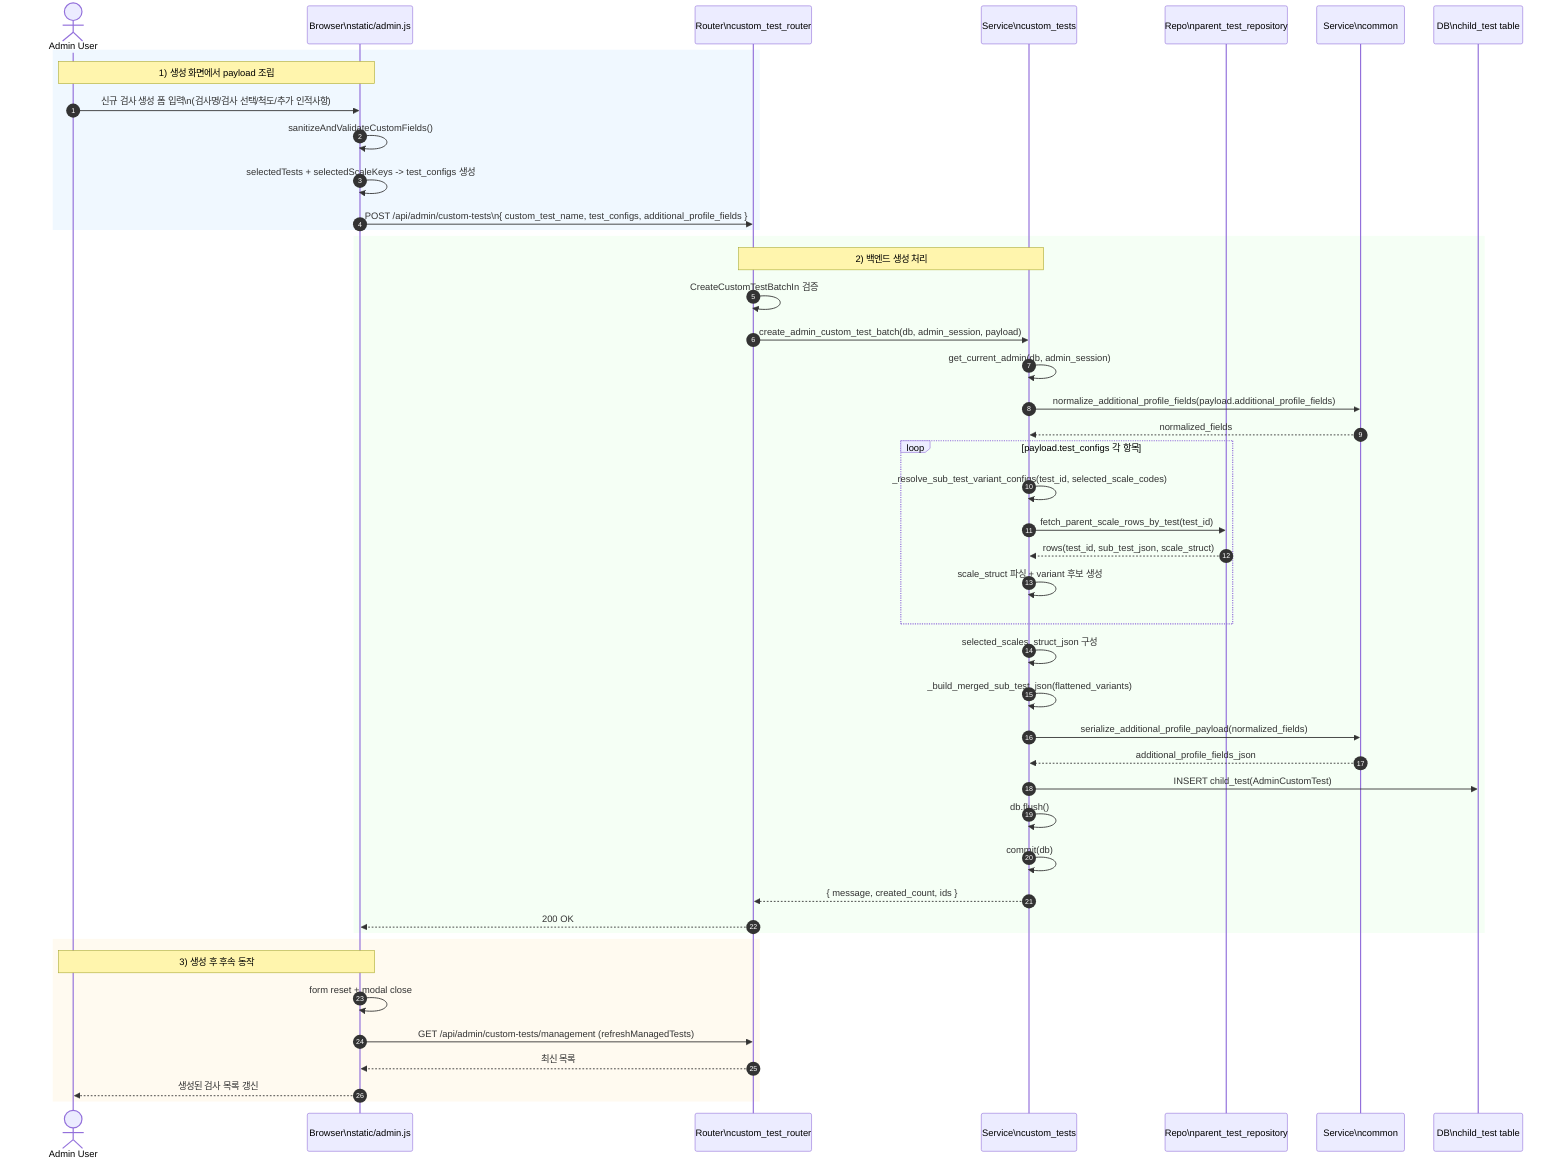
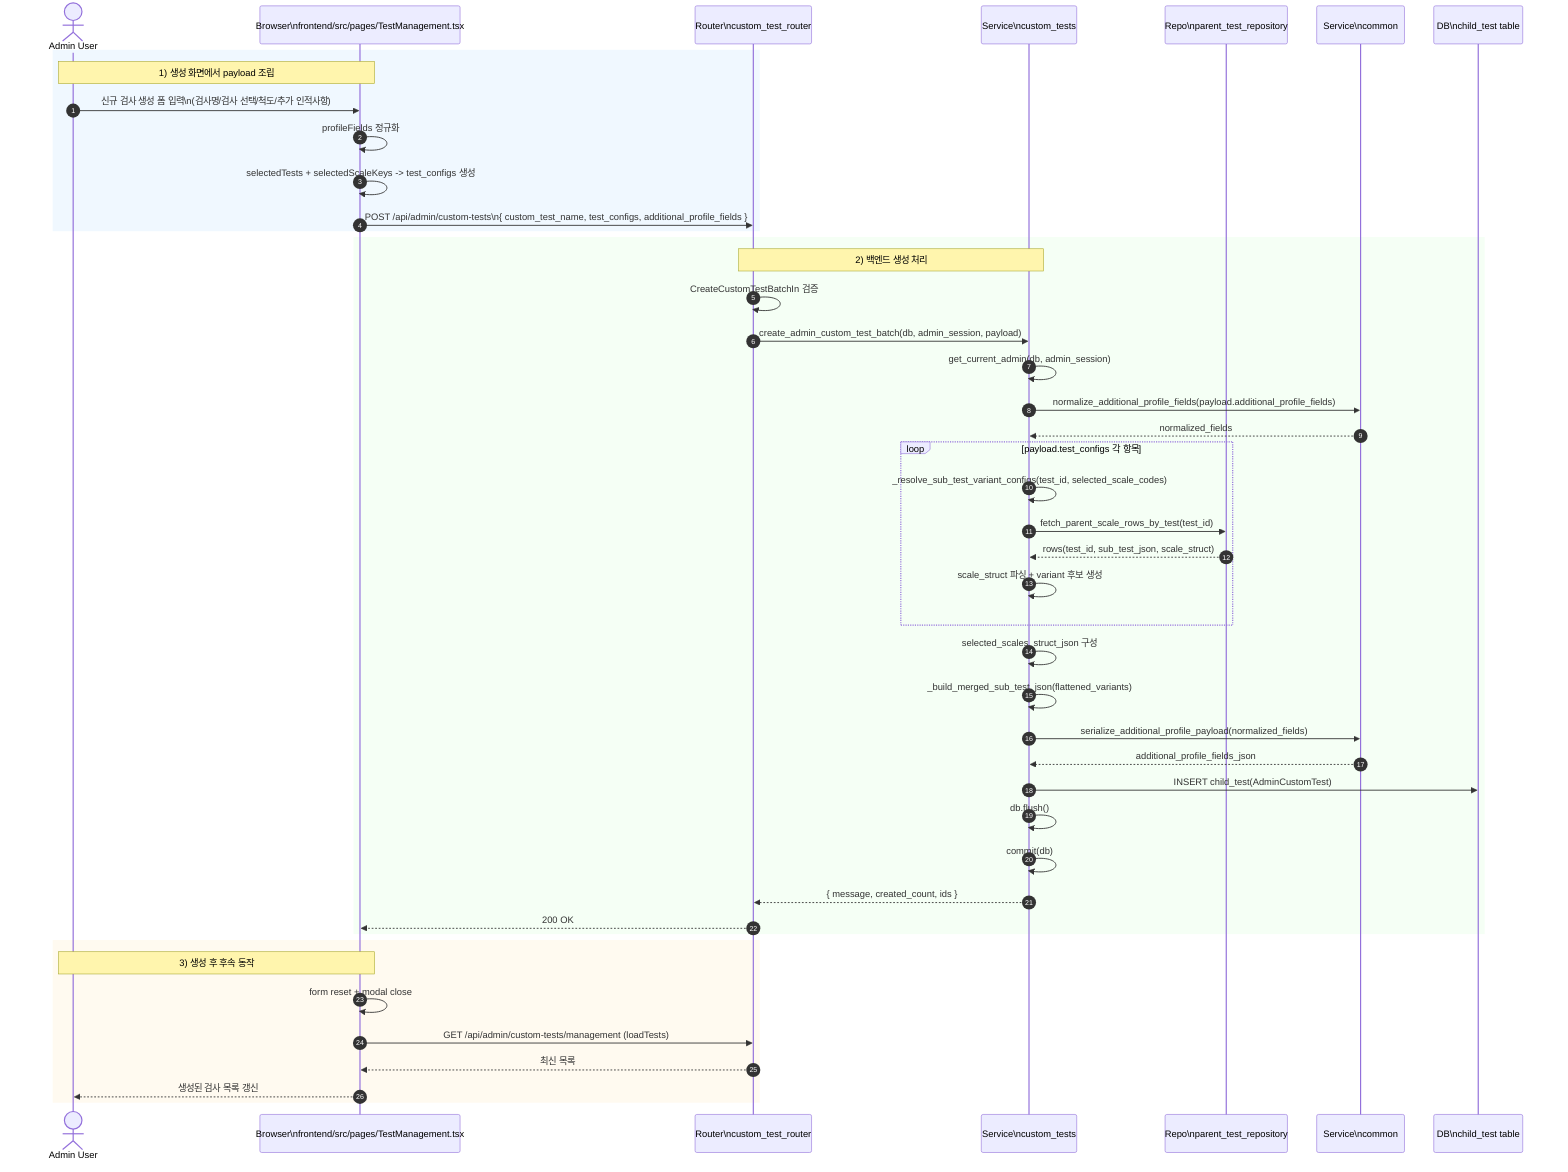
sequenceDiagram
    autonumber
    actor Admin as Admin User
-     participant UI as Browser\nstatic/admin.js
+     participant UI as Browser\nfrontend/src/pages/TestManagement.tsx
    participant Router as Router\ncustom_test_router
    participant Service as Service\ncustom_tests
    participant ParentRepo as Repo\nparent_test_repository
    participant Common as Service\ncommon
    participant DB as DB\nchild_test table

    rect rgb(240,248,255)
    Note over Admin,UI: 1) 생성 화면에서 payload 조립
    Admin->>UI: 신규 검사 생성 폼 입력\n(검사명/검사 선택/척도/추가 인적사항)
-     UI->>UI: sanitizeAndValidateCustomFields()
+     UI->>UI: profileFields 정규화
    UI->>UI: selectedTests + selectedScaleKeys -> test_configs 생성
    UI->>Router: POST /api/admin/custom-tests\n{ custom_test_name, test_configs, additional_profile_fields }
    end

    rect rgb(245,255,245)
    Note over Router,Service: 2) 백엔드 생성 처리
    Router->>Router: CreateCustomTestBatchIn 검증
    Router->>Service: create_admin_custom_test_batch(db, admin_session, payload)

    Service->>Service: get_current_admin(db, admin_session)
    Service->>Common: normalize_additional_profile_fields(payload.additional_profile_fields)
    Common-->>Service: normalized_fields

    loop payload.test_configs 각 항목
        Service->>Service: _resolve_sub_test_variant_configs(test_id, selected_scale_codes)
        Service->>ParentRepo: fetch_parent_scale_rows_by_test(test_id)
        ParentRepo-->>Service: rows(test_id, sub_test_json, scale_struct)
        Service->>Service: scale_struct 파싱 + variant 후보 생성
    end

    Service->>Service: selected_scales_struct_json 구성
    Service->>Service: _build_merged_sub_test_json(flattened_variants)
    Service->>Common: serialize_additional_profile_payload(normalized_fields)
    Common-->>Service: additional_profile_fields_json

    Service->>DB: INSERT child_test(AdminCustomTest)
    Service->>Service: db.flush()
    Service->>Service: commit(db)
    Service-->>Router: { message, created_count, ids }
    Router-->>UI: 200 OK
    end

    rect rgb(255,250,240)
    Note over UI,Admin: 3) 생성 후 후속 동작
    UI->>UI: form reset + modal close
-     UI->>Router: GET /api/admin/custom-tests/management (refreshManagedTests)
+     UI->>Router: GET /api/admin/custom-tests/management (loadTests)
    Router-->>UI: 최신 목록
    UI-->>Admin: 생성된 검사 목록 갱신
    end
